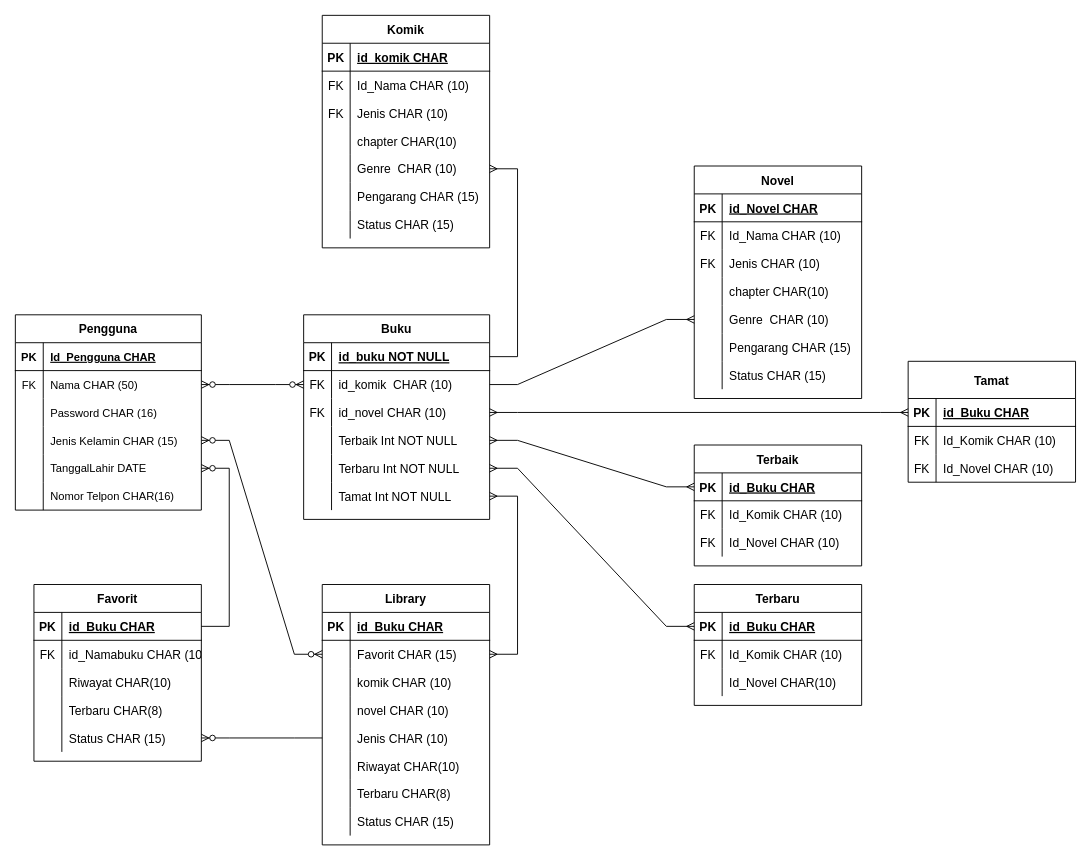
Before: Pertemuan5/pertemuan5-erd.drawio in Nurrohman10/IF214002-2, a draw.io diagram. Source tidied: cells renumbered, new cells numbered last; positions are measured from the earlier drawing's top-left corner, leaving out a move shared by most shapes. Both pictures are drawn from the tidied source at 93%, with x=0, y=0 at pixel (15, 15).
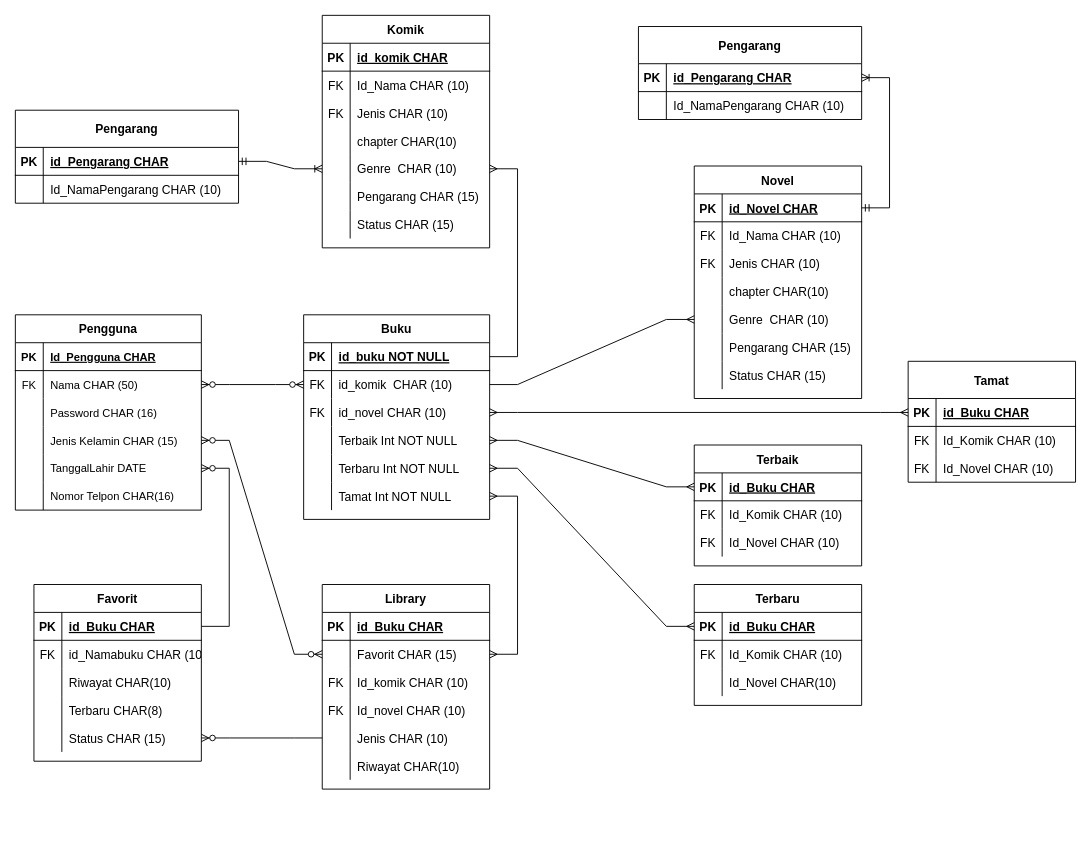
Above is the later version.

Unchanged cells that the change refers to:
```xml
<mxCell id="47" style="shape=tableRow;horizontal=0;startSize=0;swimlaneHead=0;swimlaneBody=0;fillColor=none;top=0;left=0;right=0;bottom=0;fontSize=13;" parent="40" vertex="1">
  <mxGeometry y="90" width="180" height="30" as="geometry" />
</mxCell>
<mxCell id="50" style="shape=tableRow;horizontal=0;startSize=0;swimlaneHead=0;swimlaneBody=0;fillColor=none;top=0;left=0;right=0;bottom=0;fontSize=13;" parent="40" vertex="1">
  <mxGeometry y="120" width="180" height="30" as="geometry" />
</mxCell>
<mxCell id="95" style="shape=tableRow;horizontal=0;startSize=0;swimlaneHead=0;swimlaneBody=0;fillColor=none;points=[[0,0.5],[1,0.5]];portConstraint=eastwest;top=0;left=0;right=0;bottom=1;fontSize=13;" parent="94" vertex="1">
  <mxGeometry y="30" width="180" height="30" as="geometry" />
</mxCell>
<mxCell id="141" style="shape=tableRow;horizontal=0;startSize=0;swimlaneHead=0;swimlaneBody=0;fillColor=none;points=[[0,0.5],[1,0.5]];portConstraint=eastwest;top=0;left=0;right=0;bottom=0;fontSize=13;" parent="128" vertex="1">
  <mxGeometry y="150" width="180" height="30" as="geometry" />
</mxCell>
```

What changed in the source:
```diff
@@
     <mxCell id="40" value="Library" style="shape=table;startSize=30;childLayout=tableLayout;rowLines=0;fontStyle=1;align=center;fontSize=13;" parent="1" vertex="1">
-      <mxGeometry x="330" y="612" width="180" height="280" as="geometry" />
+      <mxGeometry x="330" y="612" width="180" height="220" as="geometry" />
     </mxCell>
@@
-    <mxCell id="48" style="shape=partialRectangle;fillColor=none;top=0;left=0;bottom=0;right=0;overflow=hidden;fontSize=13;" parent="47" vertex="1">
+    <mxCell id="48" value="FK" style="shape=partialRectangle;fillColor=none;top=0;left=0;bottom=0;right=0;overflow=hidden;fontSize=13;" parent="47" vertex="1">
       <mxGeometry width="30" height="30" as="geometry" />
     </mxCell>
-    <mxCell id="49" value="komik CHAR (10)" style="shape=partialRectangle;fillColor=none;top=0;left=0;bottom=0;right=0;align=left;spacingLeft=6;overflow=hidden;fontSize=13;" parent="47" vertex="1">
+    <mxCell id="49" value="Id_komik CHAR (10)" style="shape=partialRectangle;fillColor=none;top=0;left=0;bottom=0;right=0;align=left;spacingLeft=6;overflow=hidden;fontSize=13;" parent="47" vertex="1">
       <mxGeometry x="30" width="150" height="30" as="geometry" />
     </mxCell>
@@
-    <mxCell id="51" style="shape=partialRectangle;fillColor=none;top=0;left=0;bottom=0;right=0;overflow=hidden;fontSize=13;" parent="50" vertex="1">
+    <mxCell id="51" value="FK" style="shape=partialRectangle;fillColor=none;top=0;left=0;bottom=0;right=0;overflow=hidden;fontSize=13;" parent="50" vertex="1">
       <mxGeometry width="30" height="30" as="geometry" />
     </mxCell>
-    <mxCell id="52" value="novel CHAR (10)" style="shape=partialRectangle;fillColor=none;top=0;left=0;bottom=0;right=0;align=left;spacingLeft=6;overflow=hidden;fontSize=13;" parent="50" vertex="1">
+    <mxCell id="52" value="Id_novel CHAR (10)" style="shape=partialRectangle;fillColor=none;top=0;left=0;bottom=0;right=0;align=left;spacingLeft=6;overflow=hidden;fontSize=13;" parent="50" vertex="1">
       <mxGeometry x="30" width="150" height="30" as="geometry" />
     </mxCell>
@@
-    <mxCell id="59" style="shape=tableRow;horizontal=0;startSize=0;swimlaneHead=0;swimlaneBody=0;fillColor=none;top=0;left=0;right=0;bottom=0;fontSize=13;" parent="40" vertex="1">
-      <mxGeometry y="210" width="180" height="30" as="geometry" />
-    </mxCell>
-    <mxCell id="60" style="shape=partialRectangle;fillColor=none;top=0;left=0;bottom=0;right=0;overflow=hidden;fontSize=13;" parent="59" vertex="1">
-      <mxGeometry width="30" height="30" as="geometry" />
-    </mxCell>
-    <mxCell id="61" value="Terbaru CHAR(8)" style="shape=partialRectangle;fillColor=none;top=0;left=0;bottom=0;right=0;align=left;spacingLeft=6;overflow=hidden;fontSize=13;" parent="59" vertex="1">
-      <mxGeometry x="30" width="150" height="30" as="geometry" />
-    </mxCell>
-    <mxCell id="62" style="shape=tableRow;horizontal=0;startSize=0;swimlaneHead=0;swimlaneBody=0;fillColor=none;top=0;left=0;right=0;bottom=0;fontSize=13;" parent="40" vertex="1">
-      <mxGeometry y="240" width="180" height="30" as="geometry" />
-    </mxCell>
-    <mxCell id="63" style="shape=partialRectangle;fillColor=none;top=0;left=0;bottom=0;right=0;overflow=hidden;fontSize=13;" parent="62" vertex="1">
-      <mxGeometry width="30" height="30" as="geometry" />
-    </mxCell>
-    <mxCell id="64" value="Status CHAR (15)" style="shape=partialRectangle;fillColor=none;top=0;left=0;bottom=0;right=0;align=left;spacingLeft=6;overflow=hidden;fontSize=13;" parent="62" vertex="1">
-      <mxGeometry x="30" width="150" height="30" as="geometry" />
-    </mxCell>
@@
+    <mxCell id="165" value="Pengarang" style="shape=table;startSize=40;childLayout=tableLayout;rowLines=0;fontStyle=1;align=center;fontSize=13;" parent="1" vertex="1">
+      <mxGeometry y="102" width="240" height="100" as="geometry" />
+    </mxCell>
+    <mxCell id="166" style="shape=tableRow;horizontal=0;startSize=0;swimlaneHead=0;swimlaneBody=0;fillColor=none;points=[[0,0.5],[1,0.5]];portConstraint=eastwest;top=0;left=0;right=0;bottom=1;fontSize=13;" parent="165" vertex="1">
+      <mxGeometry y="40" width="240" height="30" as="geometry" />
+    </mxCell>
+    <mxCell id="167" value="PK" style="shape=partialRectangle;fillColor=none;top=0;left=0;bottom=0;right=0;fontStyle=1;overflow=hidden;fontSize=13;" parent="166" vertex="1">
+      <mxGeometry width="30" height="30" as="geometry" />
+    </mxCell>
+    <mxCell id="168" value="id_Pengarang CHAR" style="shape=partialRectangle;fillColor=none;top=0;left=0;bottom=0;right=0;align=left;spacingLeft=6;fontStyle=5;overflow=hidden;fontSize=13;" parent="166" vertex="1">
+      <mxGeometry x="30" width="210" height="30" as="geometry" />
+    </mxCell>
+    <mxCell id="169" style="shape=tableRow;horizontal=0;startSize=0;swimlaneHead=0;swimlaneBody=0;fillColor=none;top=0;left=0;right=0;bottom=0;fontSize=13;" parent="165" vertex="1">
+      <mxGeometry y="70" width="240" height="30" as="geometry" />
+    </mxCell>
+    <mxCell id="170" style="shape=partialRectangle;fillColor=none;top=0;left=0;bottom=0;right=0;overflow=hidden;fontSize=13;" parent="169" vertex="1">
+      <mxGeometry width="30" height="30" as="geometry" />
+    </mxCell>
+    <mxCell id="171" value="Id_NamaPengarang CHAR (10)" style="shape=partialRectangle;fillColor=none;top=0;left=0;bottom=0;right=0;align=left;spacingLeft=6;overflow=hidden;fontSize=13;" parent="169" vertex="1">
+      <mxGeometry x="30" width="210" height="30" as="geometry" />
+    </mxCell>
+    <mxCell id="172" value="Pengarang" style="shape=table;startSize=40;childLayout=tableLayout;rowLines=0;fontStyle=1;align=center;fontSize=13;" parent="1" vertex="1">
+      <mxGeometry x="670" y="12" width="240" height="100" as="geometry" />
+    </mxCell>
+    <mxCell id="173" style="shape=tableRow;horizontal=0;startSize=0;swimlaneHead=0;swimlaneBody=0;fillColor=none;points=[[0,0.5],[1,0.5]];portConstraint=eastwest;top=0;left=0;right=0;bottom=1;fontSize=13;" parent="172" vertex="1">
+      <mxGeometry y="40" width="240" height="30" as="geometry" />
+    </mxCell>
+    <mxCell id="174" value="PK" style="shape=partialRectangle;fillColor=none;top=0;left=0;bottom=0;right=0;fontStyle=1;overflow=hidden;fontSize=13;" parent="173" vertex="1">
+      <mxGeometry width="30" height="30" as="geometry" />
+    </mxCell>
+    <mxCell id="175" value="id_Pengarang CHAR" style="shape=partialRectangle;fillColor=none;top=0;left=0;bottom=0;right=0;align=left;spacingLeft=6;fontStyle=5;overflow=hidden;fontSize=13;" parent="173" vertex="1">
+      <mxGeometry x="30" width="210" height="30" as="geometry" />
+    </mxCell>
+    <mxCell id="176" style="shape=tableRow;horizontal=0;startSize=0;swimlaneHead=0;swimlaneBody=0;fillColor=none;top=0;left=0;right=0;bottom=0;fontSize=13;" parent="172" vertex="1">
+      <mxGeometry y="70" width="240" height="30" as="geometry" />
+    </mxCell>
+    <mxCell id="177" style="shape=partialRectangle;fillColor=none;top=0;left=0;bottom=0;right=0;overflow=hidden;fontSize=13;" parent="176" vertex="1">
+      <mxGeometry width="30" height="30" as="geometry" />
+    </mxCell>
+    <mxCell id="178" value="Id_NamaPengarang CHAR (10)" style="shape=partialRectangle;fillColor=none;top=0;left=0;bottom=0;right=0;align=left;spacingLeft=6;overflow=hidden;fontSize=13;" parent="176" vertex="1">
+      <mxGeometry x="30" width="210" height="30" as="geometry" />
+    </mxCell>
+    <mxCell id="179" style="edgeStyle=entityRelationEdgeStyle;fontSize=12;html=1;endArrow=ERoneToMany;startArrow=ERmandOne;rounded=0;entryX=0;entryY=0.5;entryDx=0;entryDy=0;exitX=1;exitY=0.5;exitDx=0;exitDy=0;" parent="1" edge="1" source="166" target="141">
+      <mxGeometry relative="1" as="geometry" />
+    </mxCell>
+    <mxCell id="180" style="edgeStyle=entityRelationEdgeStyle;fontSize=12;html=1;endArrow=ERoneToMany;startArrow=ERmandOne;rounded=0;entryX=1;entryY=0.5;entryDx=0;entryDy=0;exitX=1;exitY=0.5;exitDx=0;exitDy=0;" parent="1" edge="1" source="95" target="173">
+      <mxGeometry relative="1" as="geometry" />
+    </mxCell>
```
